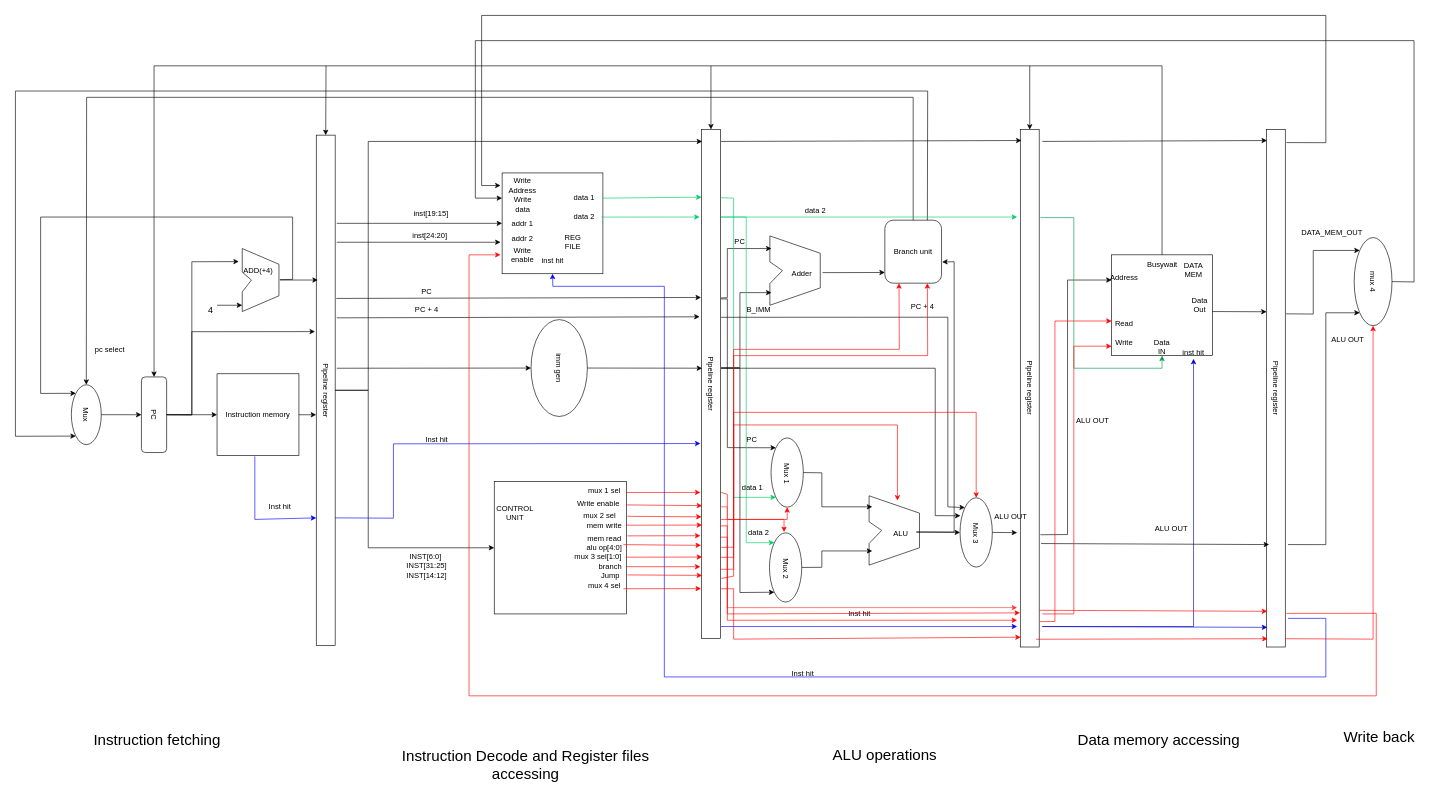
This is Datapath/Datapath.drawio from HirushaUthsara/e18-co502-RV32IM-Pipeline-Implementation-Group-06-, a draw.io file, before an edit. Source tidied: cells renumbered, new cells numbered last; positions are measured from the earlier drawing's top-left corner, leaving out a move shared by most shapes. Both pictures are drawn from the tidied source at 63%, with x=0, y=0 at pixel (15, 15).
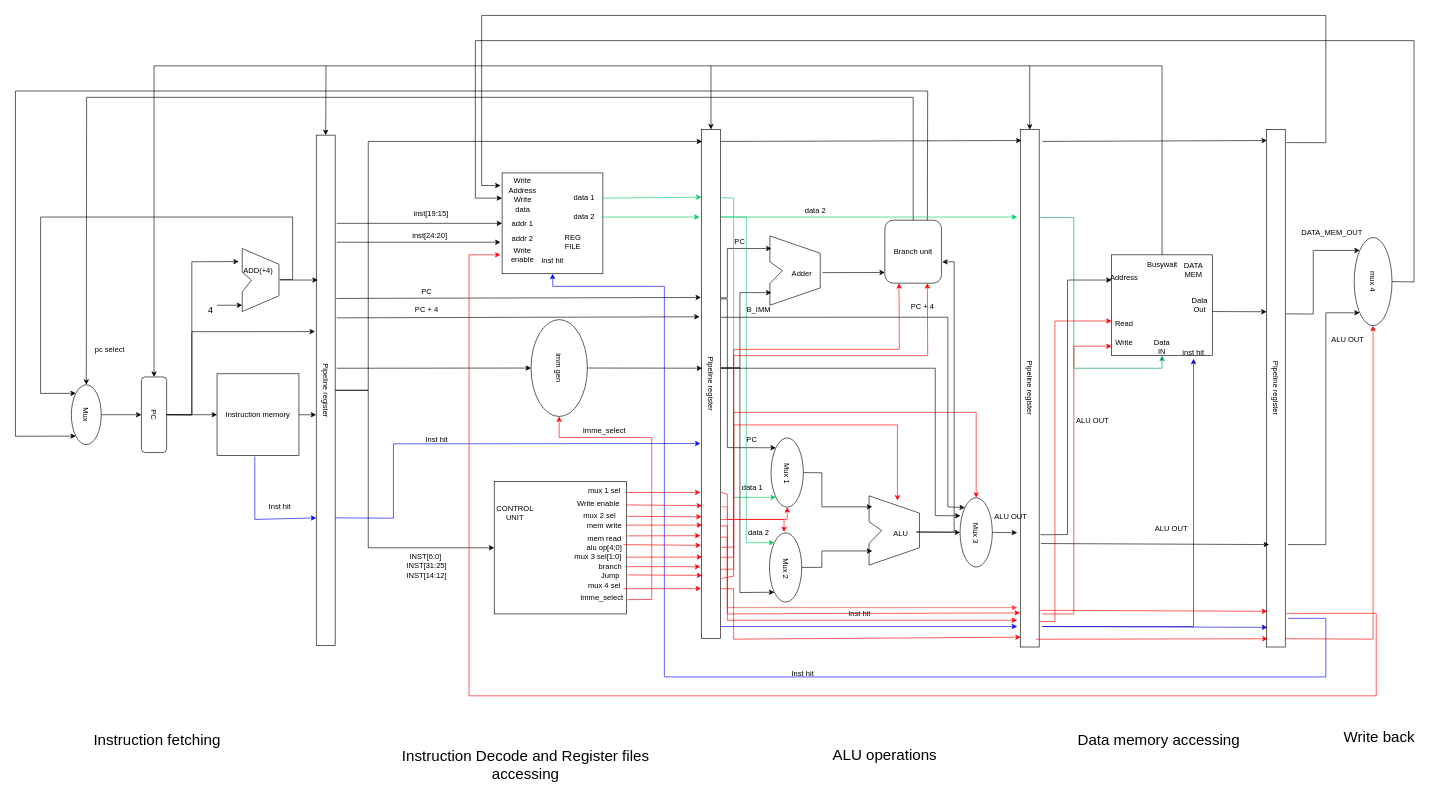
The same page after the edit.

The change refers to these unchanged cells:
```xml
<mxCell id="25" value="imm gen" style="ellipse;whiteSpace=wrap;html=1;rotation=90;" parent="1" vertex="1">
  <mxGeometry x="786.2" y="515" width="153.8" height="89.4" as="geometry" />
</mxCell>
<mxCell id="61" style="whiteSpace=wrap;html=1;" parent="1" vertex="1">
  <mxGeometry x="760" y="740" width="210" height="210" as="geometry" />
</mxCell>
```

The edit, as a diff of the source:
```diff
@@
+    <mxCell id="183" value="Imme_select" style="text;html=1;strokeColor=none;fillColor=none;align=center;verticalAlign=middle;whiteSpace=wrap;" parent="1" vertex="1">
+      <mxGeometry x="901.2" y="915" width="60" height="20" as="geometry" />
+    </mxCell>
+    <mxCell id="184" style="endArrow=classic;html=1;rounded=0;exitX=1.006;exitY=0.892;exitDx=0;exitDy=0;entryX=1;entryY=0.5;entryDx=0;entryDy=0;strokeColor=#FF0000;exitPerimeter=0;" parent="1" edge="1" source="61" target="25">
+      <mxGeometry relative="1" as="geometry">
+        <Array as="points">
+          <mxPoint x="1010" y="927" />
+          <mxPoint x="1010" y="670" />
+          <mxPoint x="863" y="670" />
+        </Array>
+      </mxGeometry>
+    </mxCell>
+    <mxCell id="185" value="Imme_select" style="text;html=1;strokeColor=none;fillColor=none;align=center;verticalAlign=middle;whiteSpace=wrap;" parent="1" vertex="1">
+      <mxGeometry x="905" y="650" width="60" height="20" as="geometry" />
+    </mxCell>
```
